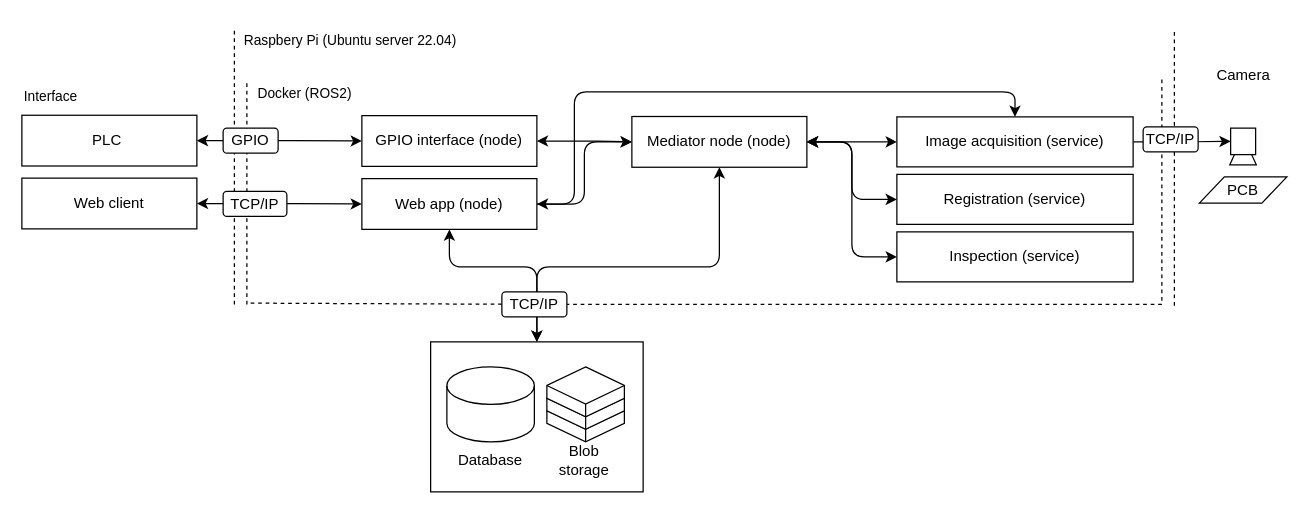
Above: page "System architecture overview" (1 of 8) of design.drawio in Edson-source/open-aoi (draw.io), before the change. Source tidied: cells renumbered, new cells numbered last; positions are measured from the earlier drawing's top-left corner, leaving out a move shared by most shapes. Both pictures are drawn from the tidied source at 125%, with x=0, y=0 at pixel (21, 21).
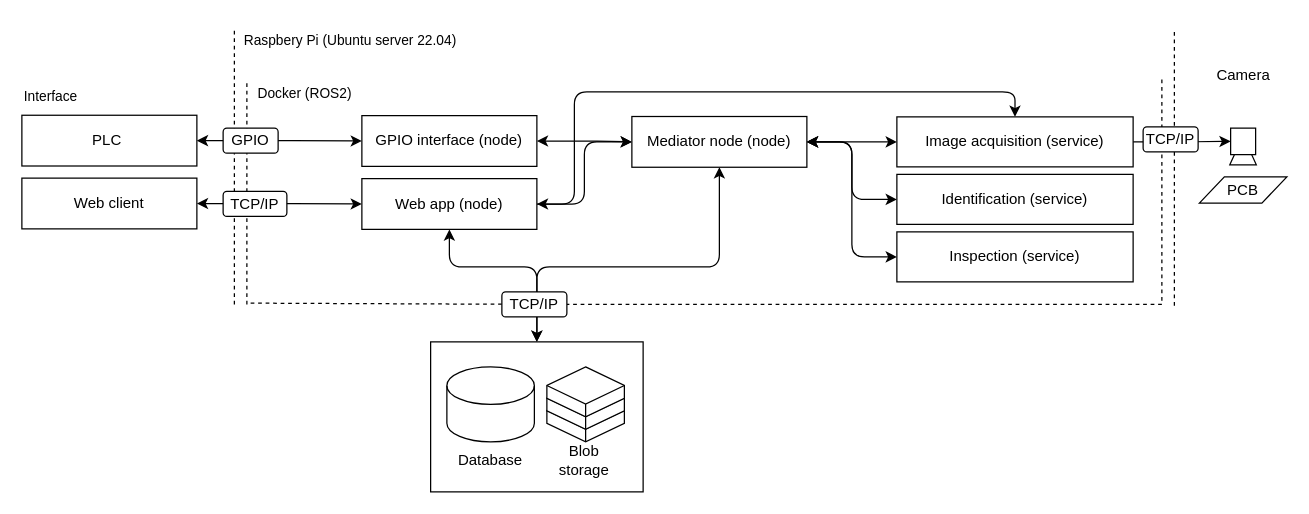
Above is the later version.

Change to the diagram source:
```diff
@@
-    <mxCell id="22" value="Registration (service)" style="rounded=0;whiteSpace=wrap;html=1;fillColor=default;" parent="1" vertex="1">
+    <mxCell id="22" value="Identification (service)" style="rounded=0;whiteSpace=wrap;html=1;fillColor=default;" parent="1" vertex="1">
       <mxGeometry x="700" y="122" width="189" height="40" as="geometry" />
     </mxCell>
```
